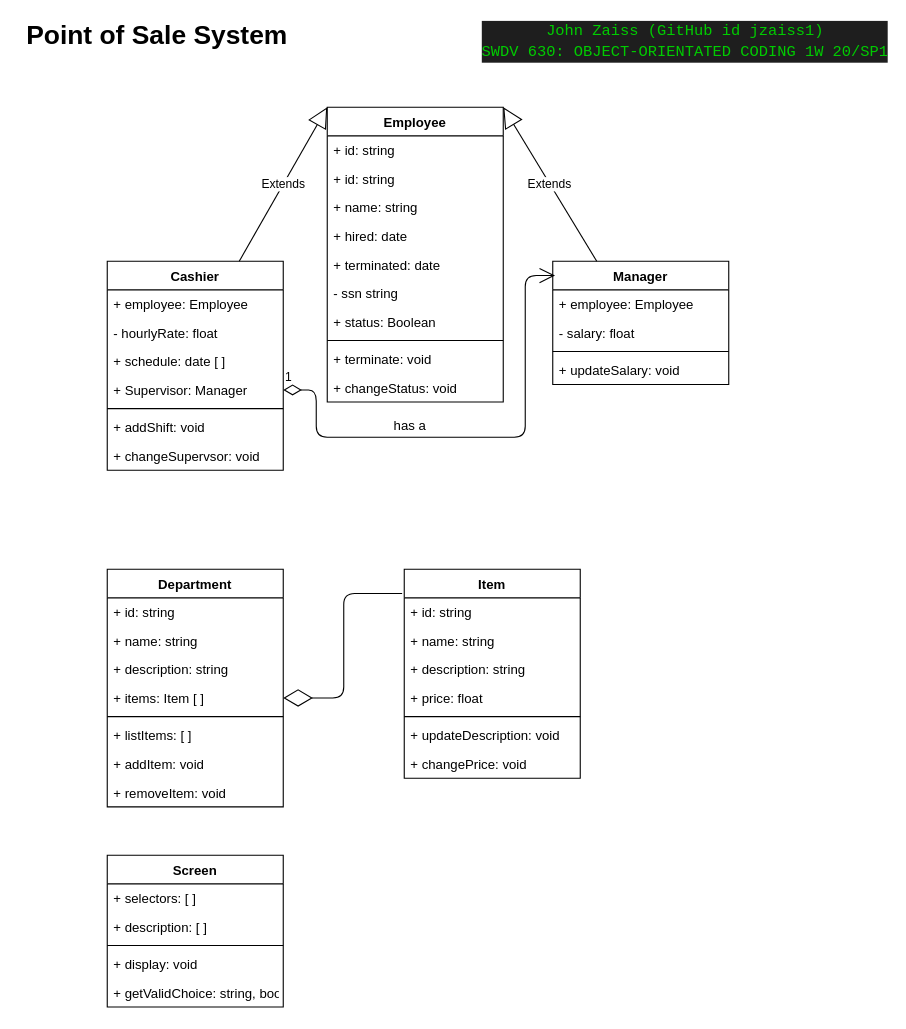
Earlier version of the draw.io diagram docs/pos-class-diagram-swdv630-jzaiss1.drawio (jzaiss1/swdv630-final-project). Source tidied: cells renumbered, new cells numbered last; positions are measured from the earlier drawing's top-left corner, leaving out a move shared by most shapes. Both pictures are drawn from the tidied source at 110%, with x=0, y=0 at pixel (19, 19).
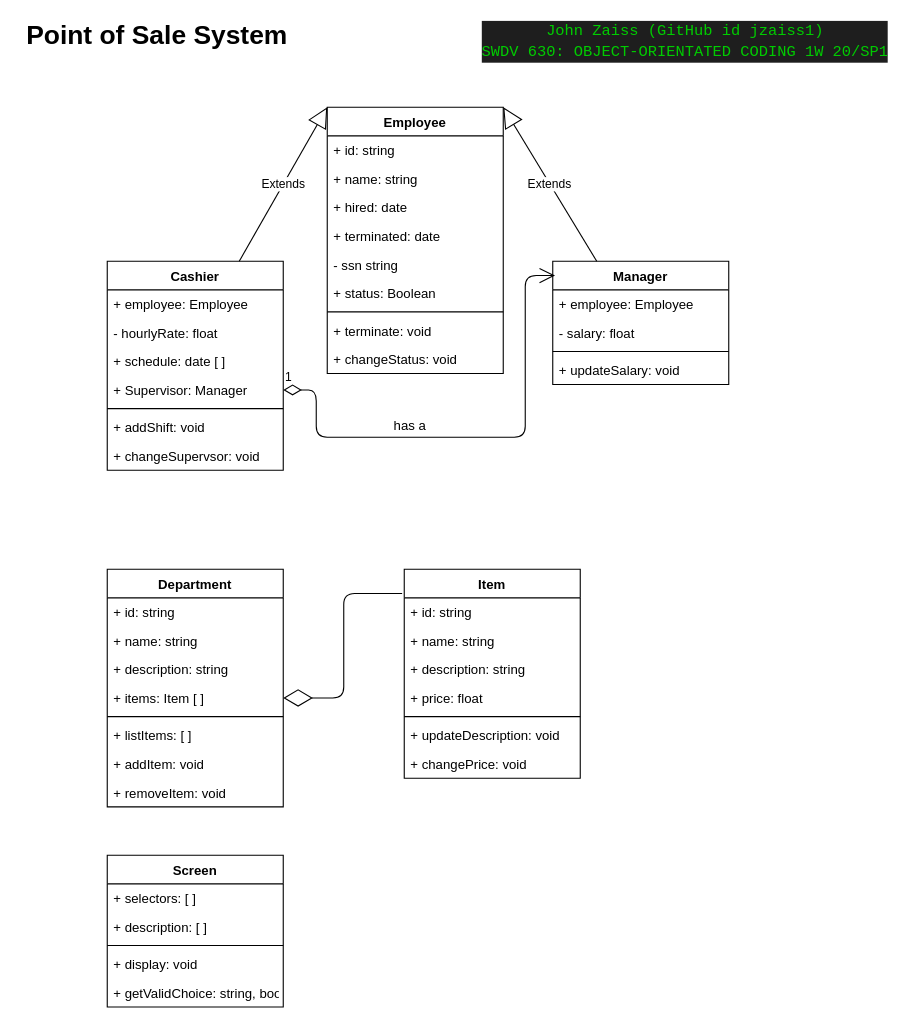
After the change.

What changed in the source:
```diff
@@
     <mxCell id="2" value="Employee" style="swimlane;fontStyle=1;align=center;verticalAlign=top;horizontal=1;startSize=26;" parent="1" vertex="1">
-      <mxGeometry x="280" y="80" width="160" height="268" as="geometry" />
+      <mxGeometry x="280" y="80" width="160" height="242" as="geometry" />
     </mxCell>
-    <mxCell id="3" value="+ id: string" style="text;strokeColor=none;fillColor=none;align=left;verticalAlign=top;spacingLeft=4;spacingRight=4;overflow=hidden;" parent="2" vertex="1">
-      <mxGeometry y="26" width="160" height="26" as="geometry" />
-    </mxCell>
     <mxCell id="4" value="+ id: string" style="text;strokeColor=none;fillColor=none;align=left;verticalAlign=top;spacingLeft=4;spacingRight=4;overflow=hidden;" parent="2" vertex="1">
-      <mxGeometry y="52" width="160" height="26" as="geometry" />
+      <mxGeometry y="26" width="160" height="26" as="geometry" />
     </mxCell>
     <mxCell id="5" value="+ name: string" style="text;strokeColor=none;fillColor=none;align=left;verticalAlign=top;spacingLeft=4;spacingRight=4;overflow=hidden;" parent="2" vertex="1">
-      <mxGeometry y="78" width="160" height="26" as="geometry" />
+      <mxGeometry y="52" width="160" height="26" as="geometry" />
     </mxCell>
     <mxCell id="6" value="+ hired: date" style="text;strokeColor=none;fillColor=none;align=left;verticalAlign=top;spacingLeft=4;spacingRight=4;overflow=hidden;" parent="2" vertex="1">
-      <mxGeometry y="104" width="160" height="26" as="geometry" />
+      <mxGeometry y="78" width="160" height="26" as="geometry" />
     </mxCell>
     <mxCell id="7" value="+ terminated: date" style="text;strokeColor=none;fillColor=none;align=left;verticalAlign=top;spacingLeft=4;spacingRight=4;overflow=hidden;" parent="2" vertex="1">
-      <mxGeometry y="130" width="160" height="26" as="geometry" />
+      <mxGeometry y="104" width="160" height="26" as="geometry" />
     </mxCell>
     <mxCell id="8" value="- ssn string" style="text;strokeColor=none;fillColor=none;align=left;verticalAlign=top;spacingLeft=4;spacingRight=4;overflow=hidden;" parent="2" vertex="1">
-      <mxGeometry y="156" width="160" height="26" as="geometry" />
+      <mxGeometry y="130" width="160" height="26" as="geometry" />
     </mxCell>
     <mxCell id="9" value="+ status: Boolean" style="text;strokeColor=none;fillColor=none;align=left;verticalAlign=top;spacingLeft=4;spacingRight=4;overflow=hidden;" parent="2" vertex="1">
-      <mxGeometry y="182" width="160" height="26" as="geometry" />
+      <mxGeometry y="156" width="160" height="26" as="geometry" />
     </mxCell>
     <mxCell id="10" style="line;strokeWidth=1;fillColor=none;align=left;verticalAlign=middle;spacingTop=-1;spacingLeft=3;spacingRight=3;labelPosition=right;" parent="2" vertex="1">
-      <mxGeometry y="208" width="160" height="8" as="geometry" />
+      <mxGeometry y="182" width="160" height="8" as="geometry" />
     </mxCell>
     <mxCell id="11" value="+ terminate: void" style="text;strokeColor=none;fillColor=none;align=left;verticalAlign=top;spacingLeft=4;spacingRight=4;overflow=hidden;" parent="2" vertex="1">
-      <mxGeometry y="216" width="160" height="26" as="geometry" />
+      <mxGeometry y="190" width="160" height="26" as="geometry" />
     </mxCell>
     <mxCell id="12" value="+ changeStatus: void" style="text;strokeColor=none;fillColor=none;align=left;verticalAlign=top;spacingLeft=4;spacingRight=4;overflow=hidden;" parent="2" vertex="1">
-      <mxGeometry y="242" width="160" height="26" as="geometry" />
+      <mxGeometry y="216" width="160" height="26" as="geometry" />
     </mxCell>
```
